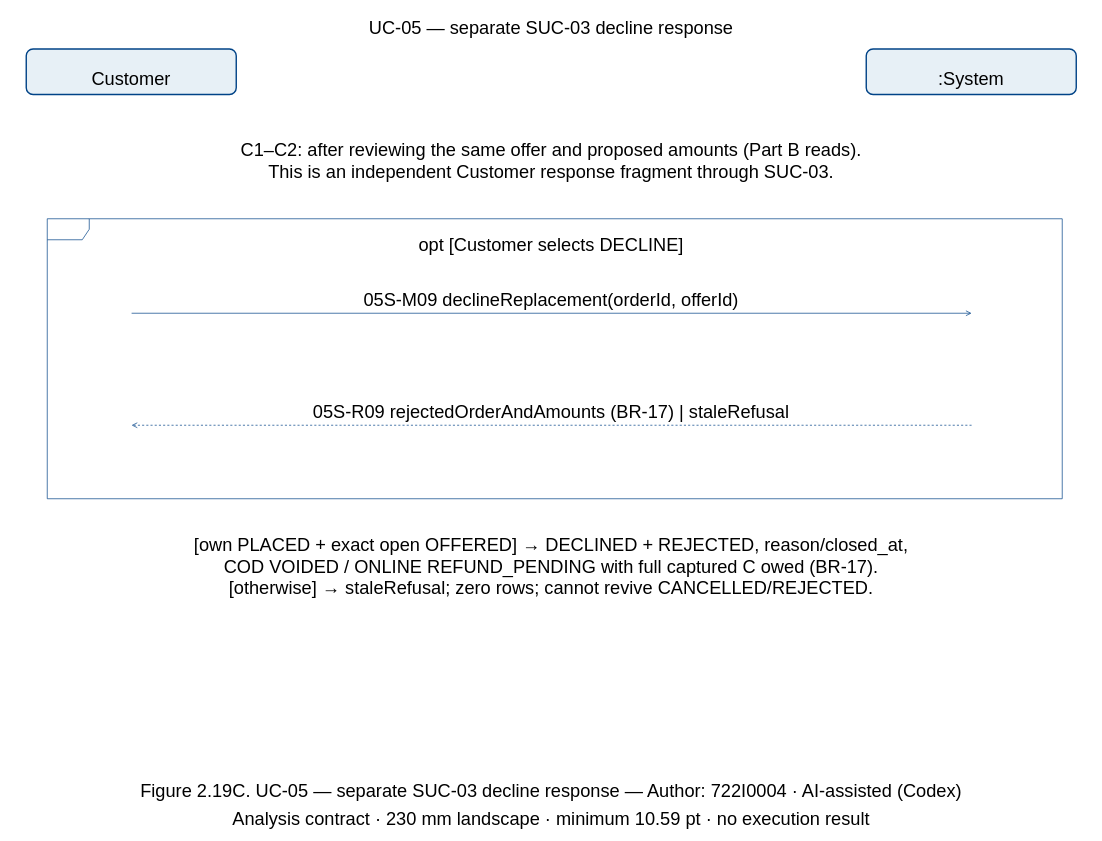
Before: page "UC-05 — separate SUC-03 decline response" (3 of 3) of models/UC-05/ssd_uc05.drawio in Dat071104/SaigonBite, a draw.io diagram. Source tidied: cells renumbered, new cells numbered last; positions are measured from the earlier drawing's top-left corner, leaving out a move shared by most shapes. Both pictures are drawn from the tidied source at 70%, with x=0, y=0 at pixel (12, 12).
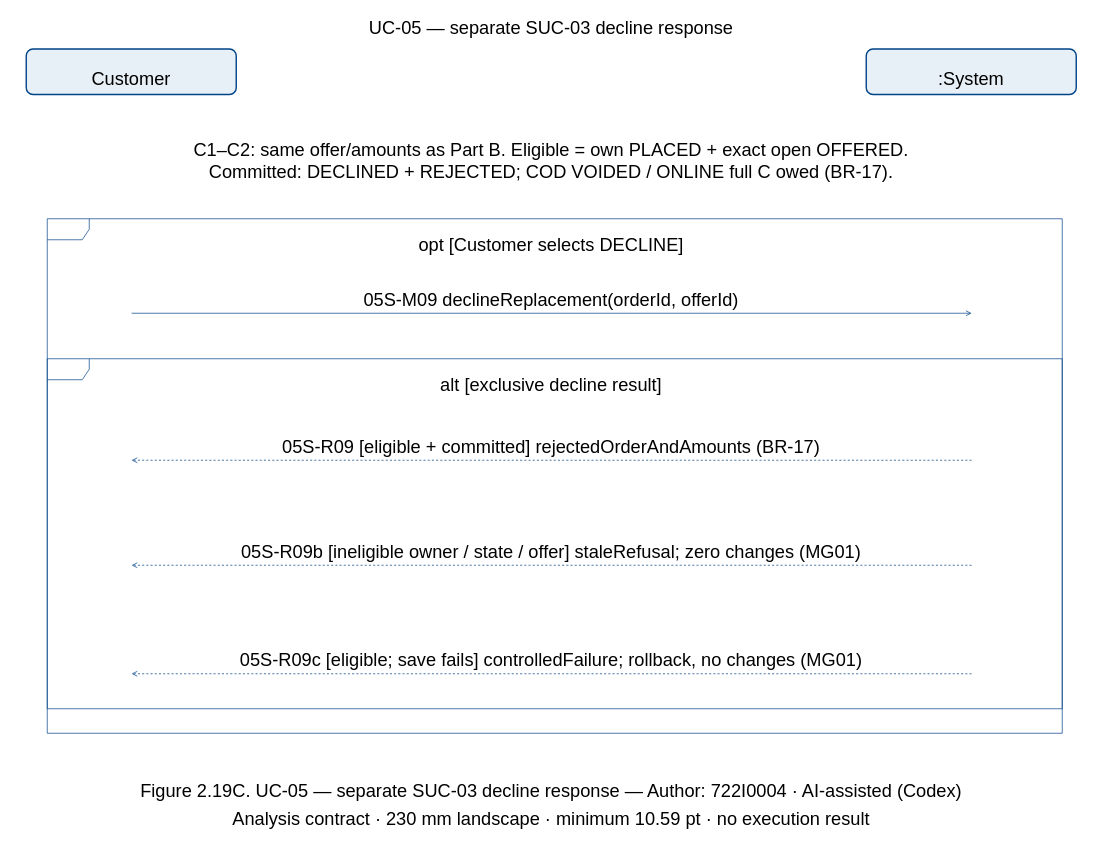
The same diagram, later.

Change to the diagram source:
```diff
@@
-    <mxCell id="11" value="C1–C2: after reviewing the same offer and proposed amounts (Part B reads).&#10;This is an independent Customer response fragment through SUC-03." style="text;strokeColor=none;fillColor=none;align=center;fontFamily=Arial;fontSize=26;html=0;whiteSpace=wrap;" parent="1" vertex="1">
+    <mxCell id="11" value="C1–C2: same offer/amounts as Part B. Eligible = own PLACED + exact open OFFERED.&#10;Committed: DECLINED + REJECTED; COD VOIDED / ONLINE full C owed (BR-17)." style="text;strokeColor=none;fillColor=none;align=center;fontFamily=Arial;fontSize=26;html=0;whiteSpace=wrap;" parent="1" vertex="1">
       <mxGeometry x="110" y="174.7" width="1320" height="61.4" as="geometry" />
     </mxCell>
     <mxCell id="12" style="shape=umlFrame;fillColor=none;strokeColor=#004387;fontFamily=Arial;fontSize=26;html=0;whiteSpace=wrap;" parent="1" vertex="1">
-      <mxGeometry x="50" y="295" width="1450" height="400" as="geometry" />
+      <mxGeometry x="50" y="295" width="1450" height="735" as="geometry" />
     </mxCell>
@@
+    <mxCell id="23" style="shape=umlFrame;fillColor=none;strokeColor=#004387;fontFamily=Arial;fontSize=26;html=0;whiteSpace=wrap;" parent="1" vertex="1">
+      <mxGeometry x="50" y="495" width="1450" height="500" as="geometry" />
+    </mxCell>
-    <mxCell id="18" value="05S-R09 rejectedOrderAndAmounts (BR-17) | staleRefusal" style="text;strokeColor=none;fillColor=none;align=center;fontFamily=Arial;fontSize=26;html=0;whiteSpace=wrap;" parent="1" vertex="1">
-      <mxGeometry x="210" y="549.3" width="1120" height="30.7" as="geometry" />
+    <mxCell id="18" value="alt [exclusive decline result]" style="text;strokeColor=none;fillColor=none;align=center;fontFamily=Arial;fontSize=26;html=0;whiteSpace=wrap;" parent="1" vertex="1">
+      <mxGeometry x="120" y="510" width="1300" height="30.7" as="geometry" />
     </mxCell>
+    <mxCell id="24" style="shape=line;strokeColor=#004387;strokeWidth=2;dashed=1;" parent="1" vertex="1">
+      <mxGeometry x="50" y="675" width="1450" as="geometry" />
+    </mxCell>
+    <mxCell id="25" style="shape=line;strokeColor=#004387;strokeWidth=2;dashed=1;" parent="1" vertex="1">
+      <mxGeometry x="50" y="830" width="1450" as="geometry" />
+    </mxCell>
+    <mxCell id="26" value="05S-R09 [eligible + committed] rejectedOrderAndAmounts (BR-17)" style="text;strokeColor=none;fillColor=none;align=center;fontFamily=Arial;fontSize=26;html=0;whiteSpace=wrap;" parent="1" vertex="1">
+      <mxGeometry x="210" y="599.3" width="1120" height="30.7" as="geometry" />
+    </mxCell>
     <mxCell id="19" style="opacity=0;strokeColor=none;fillColor=none;fontFamily=Arial;fontSize=26;html=0;whiteSpace=wrap;" parent="1" vertex="1">
-      <mxGeometry x="169.5" y="589.5" width="1" height="1" as="geometry" />
+      <mxGeometry x="169.5" y="639.5" width="1" height="1" as="geometry" />
     </mxCell>
     <mxCell id="20" style="opacity=0;strokeColor=none;fillColor=none;fontFamily=Arial;fontSize=26;html=0;whiteSpace=wrap;" parent="1" vertex="1">
-      <mxGeometry x="1369.5" y="589.5" width="1" height="1" as="geometry" />
+      <mxGeometry x="1369.5" y="639.5" width="1" height="1" as="geometry" />
     </mxCell>
@@
-    <mxCell id="22" value="[own PLACED + exact open OFFERED] → DECLINED + REJECTED, reason/closed_at,&#10;COD VOIDED / ONLINE REFUND_PENDING with full captured C owed (BR-17).&#10;[otherwise] → staleRefusal; zero rows; cannot revive CANCELLED/REJECTED." style="text;strokeColor=none;fillColor=none;align=center;fontFamily=Arial;fontSize=26;html=0;whiteSpace=wrap;" parent="1" vertex="1">
-      <mxGeometry x="110" y="739.3" width="1320" height="92" as="geometry" />
-    </mxCell>
+    <mxCell id="27" value="05S-R09b [ineligible owner / state / offer] staleRefusal; zero changes (MG01)" style="text;strokeColor=none;fillColor=none;align=center;fontFamily=Arial;fontSize=26;html=0;whiteSpace=wrap;" parent="1" vertex="1">
+      <mxGeometry x="210" y="749.3" width="1120" height="30.7" as="geometry" />
+    </mxCell>
+    <mxCell id="28" style="opacity=0;strokeColor=none;fillColor=none;fontFamily=Arial;fontSize=26;html=0;whiteSpace=wrap;" parent="1" vertex="1">
+      <mxGeometry x="169.5" y="789.5" width="1" height="1" as="geometry" />
+    </mxCell>
+    <mxCell id="29" style="opacity=0;strokeColor=none;fillColor=none;fontFamily=Arial;fontSize=26;html=0;whiteSpace=wrap;" parent="1" vertex="1">
+      <mxGeometry x="1369.5" y="789.5" width="1" height="1" as="geometry" />
+    </mxCell>
+    <mxCell id="30" style="edgeStyle=none;exitX=0.5;exitY=0.5;entryX=0.5;entryY=0.5;endArrow=open;strokeColor=#004387;dashed=1;" parent="1" edge="1" source="29" target="28">
+      <mxGeometry relative="1" as="geometry" />
+    </mxCell>
+    <mxCell id="31" value="05S-R09c [eligible; save fails] controlledFailure; rollback, no changes (MG01)" style="text;strokeColor=none;fillColor=none;align=center;fontFamily=Arial;fontSize=26;html=0;whiteSpace=wrap;" parent="1" vertex="1">
+      <mxGeometry x="210" y="904.3" width="1120" height="30.7" as="geometry" />
+    </mxCell>
+    <mxCell id="32" style="opacity=0;strokeColor=none;fillColor=none;fontFamily=Arial;fontSize=26;html=0;whiteSpace=wrap;" parent="1" vertex="1">
+      <mxGeometry x="169.5" y="944.5" width="1" height="1" as="geometry" />
+    </mxCell>
+    <mxCell id="33" style="opacity=0;strokeColor=none;fillColor=none;fontFamily=Arial;fontSize=26;html=0;whiteSpace=wrap;" parent="1" vertex="1">
+      <mxGeometry x="1369.5" y="944.5" width="1" height="1" as="geometry" />
+    </mxCell>
+    <mxCell id="34" style="edgeStyle=none;exitX=0.5;exitY=0.5;entryX=0.5;entryY=0.5;endArrow=open;strokeColor=#004387;dashed=1;" parent="1" edge="1" source="33" target="32">
+      <mxGeometry relative="1" as="geometry" />
+    </mxCell>
```
